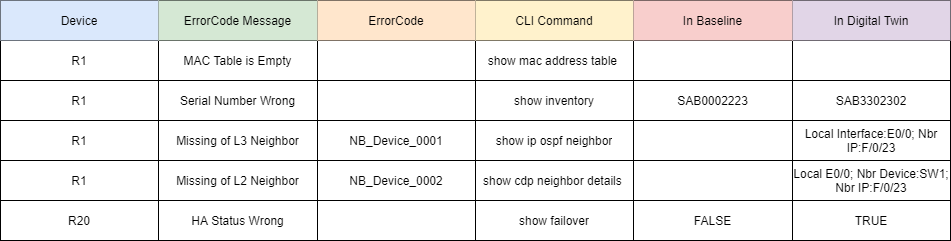
Before: Platform Certification Guidance/images/Device Error Report.png, a diagram exported from draw.io (PlatformCertification/Certification-IEv10.0). Source tidied: cells renumbered, new cells last; positions are measured from the earlier drawing's top-left corner, leaving out a move shared by most shapes.
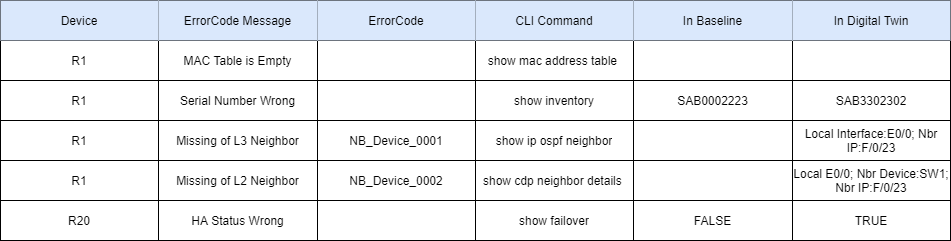
The same file after the commit.

Commit message:
export report sample image update

What changed in the source:
```diff
@@ -11,19 +11,19 @@
     <mxCell id="4" value="Device" style="shape=partialRectangle;html=1;whiteSpace=wrap;overflow=hidden;fillColor=#dae8fc;top=0;left=0;bottom=0;right=0;strokeColor=#6c8ebf;" parent="3" vertex="1">
       <mxGeometry width="158" height="40" as="geometry" />
     </mxCell>
-    <mxCell id="5" value="ErrorCode Message" style="shape=partialRectangle;html=1;whiteSpace=wrap;overflow=hidden;fillColor=#d5e8d4;top=0;left=0;bottom=0;right=0;strokeColor=#82b366;" parent="3" vertex="1">
+    <mxCell id="5" value="ErrorCode Message" style="shape=partialRectangle;html=1;whiteSpace=wrap;overflow=hidden;fillColor=#dae8fc;top=0;left=0;bottom=0;right=0;strokeColor=#6c8ebf;" parent="3" vertex="1">
       <mxGeometry x="158" width="159" height="40" as="geometry" />
     </mxCell>
-    <mxCell id="6" value="ErrorCode" style="shape=partialRectangle;html=1;whiteSpace=wrap;overflow=hidden;fillColor=#ffe6cc;top=0;left=0;bottom=0;right=0;strokeColor=#d79b00;" parent="3" vertex="1">
+    <mxCell id="6" value="ErrorCode" style="shape=partialRectangle;html=1;whiteSpace=wrap;overflow=hidden;fillColor=#dae8fc;top=0;left=0;bottom=0;right=0;strokeColor=#6c8ebf;" parent="3" vertex="1">
       <mxGeometry x="317" width="158" height="40" as="geometry" />
     </mxCell>
-    <mxCell id="7" value="CLI Command" style="shape=partialRectangle;html=1;whiteSpace=wrap;overflow=hidden;fillColor=#fff2cc;top=0;left=0;bottom=0;right=0;strokeColor=#d6b656;" parent="3" vertex="1">
+    <mxCell id="7" value="CLI Command" style="shape=partialRectangle;html=1;whiteSpace=wrap;overflow=hidden;fillColor=#dae8fc;top=0;left=0;bottom=0;right=0;strokeColor=#6c8ebf;" parent="3" vertex="1">
       <mxGeometry x="475" width="158" height="40" as="geometry" />
     </mxCell>
-    <mxCell id="8" value="In Baseline" style="shape=partialRectangle;html=1;whiteSpace=wrap;overflow=hidden;fillColor=#f8cecc;top=0;left=0;bottom=0;right=0;strokeColor=#b85450;" parent="3" vertex="1">
+    <mxCell id="8" value="In Baseline" style="shape=partialRectangle;html=1;whiteSpace=wrap;overflow=hidden;fillColor=#dae8fc;top=0;left=0;bottom=0;right=0;strokeColor=#6c8ebf;" parent="3" vertex="1">
       <mxGeometry x="633" width="159" height="40" as="geometry" />
     </mxCell>
-    <mxCell id="9" value="In Digital Twin" style="shape=partialRectangle;html=1;whiteSpace=wrap;overflow=hidden;fillColor=#e1d5e7;top=0;left=0;bottom=0;right=0;strokeColor=#9673a6;" parent="3" vertex="1">
+    <mxCell id="9" value="In Digital Twin" style="shape=partialRectangle;html=1;whiteSpace=wrap;overflow=hidden;fillColor=#dae8fc;top=0;left=0;bottom=0;right=0;strokeColor=#6c8ebf;" parent="3" vertex="1">
       <mxGeometry x="792" width="158" height="40" as="geometry" />
     </mxCell>
     <mxCell id="10" style="shape=partialRectangle;html=1;whiteSpace=wrap;fillColor=none;top=0;left=0;bottom=0;right=0;" parent="2" vertex="1">
```
